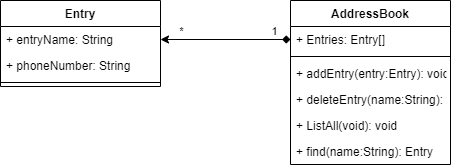
The draw.io diagram schema/address book.png in deeperj/rust, before a commit. Source tidied: cells renumbered, new cells last; positions are measured from the earlier drawing's top-left corner, leaving out a move shared by most shapes. Its diagram source:
```xml
<mxGraphModel>
  <root>
    <mxCell id="0" />
    <mxCell id="1" parent="0" />
    <mxCell id="2" value="Entry" style="swimlane;fontStyle=1;align=center;verticalAlign=top;horizontal=1;startSize=26;" parent="1" vertex="1">
      <mxGeometry width="160" height="86" as="geometry" />
    </mxCell>
    <mxCell id="3" value="+ entryName: String" style="text;strokeColor=none;fillColor=none;align=left;verticalAlign=top;spacingLeft=4;spacingRight=4;overflow=hidden;" parent="2" vertex="1">
      <mxGeometry y="26" width="160" height="26" as="geometry" />
    </mxCell>
    <mxCell id="4" value="+ phoneNumber: String" style="text;strokeColor=none;fillColor=none;align=left;verticalAlign=top;spacingLeft=4;spacingRight=4;overflow=hidden;" parent="2" vertex="1">
      <mxGeometry y="52" width="160" height="26" as="geometry" />
    </mxCell>
    <mxCell id="5" style="line;strokeWidth=1;fillColor=none;align=left;verticalAlign=middle;spacingTop=-1;spacingLeft=3;spacingRight=3;labelPosition=right;" parent="2" vertex="1">
      <mxGeometry y="78" width="160" height="8" as="geometry" />
    </mxCell>
    <mxCell id="6" value="AddressBook" style="swimlane;fontStyle=1;align=center;verticalAlign=top;horizontal=1;startSize=26;" parent="1" vertex="1">
      <mxGeometry x="290" width="160" height="164" as="geometry" />
    </mxCell>
    <mxCell id="7" value="+ Entries: Entry[]" style="text;strokeColor=none;fillColor=none;align=left;verticalAlign=top;spacingLeft=4;spacingRight=4;overflow=hidden;" parent="6" vertex="1">
      <mxGeometry y="26" width="160" height="26" as="geometry" />
    </mxCell>
    <mxCell id="8" style="line;strokeWidth=1;fillColor=none;align=left;verticalAlign=middle;spacingTop=-1;spacingLeft=3;spacingRight=3;labelPosition=right;" parent="6" vertex="1">
      <mxGeometry y="52" width="160" height="8" as="geometry" />
    </mxCell>
    <mxCell id="9" value="+ addEntry(entry:Entry): void" style="text;strokeColor=none;fillColor=none;align=left;verticalAlign=top;spacingLeft=4;spacingRight=4;overflow=hidden;" parent="6" vertex="1">
      <mxGeometry y="60" width="160" height="26" as="geometry" />
    </mxCell>
    <mxCell id="10" value="+ deleteEntry(name:String): void" style="text;strokeColor=none;fillColor=none;align=left;verticalAlign=top;spacingLeft=4;spacingRight=4;overflow=hidden;" parent="6" vertex="1">
      <mxGeometry y="86" width="160" height="26" as="geometry" />
    </mxCell>
    <mxCell id="11" value="+ ListAll(void): void" style="text;strokeColor=none;fillColor=none;align=left;verticalAlign=top;spacingLeft=4;spacingRight=4;overflow=hidden;" parent="6" vertex="1">
      <mxGeometry y="112" width="160" height="26" as="geometry" />
    </mxCell>
    <mxCell id="12" value="+ find(name:String): Entry" style="text;strokeColor=none;fillColor=none;align=left;verticalAlign=top;spacingLeft=4;spacingRight=4;overflow=hidden;" parent="6" vertex="1">
      <mxGeometry y="138" width="160" height="26" as="geometry" />
    </mxCell>
    <mxCell id="13" style="edgeStyle=orthogonalEdgeStyle;rounded=0;orthogonalLoop=1;jettySize=auto;html=1;exitX=0;exitY=0.5;exitDx=0;exitDy=0;entryX=1;entryY=0.5;entryDx=0;entryDy=0;startArrow=diamond;startFill=1;" parent="1" edge="1">
      <mxGeometry relative="1" as="geometry">
        <mxPoint x="290" y="39" as="sourcePoint" />
        <mxPoint x="160" y="39" as="targetPoint" />
      </mxGeometry>
    </mxCell>
    <mxCell id="14" value="*" style="edgeLabel;html=1;align=center;verticalAlign=middle;" parent="13" vertex="1">
      <mxGeometry x="0.69" y="-6" relative="1" as="geometry">
        <mxPoint y="-3" as="offset" />
      </mxGeometry>
    </mxCell>
    <mxCell id="15" value="1" style="edgeLabel;html=1;align=center;verticalAlign=middle;" parent="13" vertex="1">
      <mxGeometry x="-0.74" y="-9" relative="1" as="geometry" />
    </mxCell>
  </root>
</mxGraphModel>
```
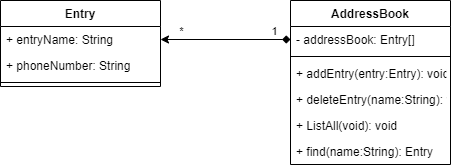
The same file after the commit.

The edit, as a diff of the source:
```diff
@@ -17,7 +17,7 @@
     <mxCell id="6" value="AddressBook" style="swimlane;fontStyle=1;align=center;verticalAlign=top;horizontal=1;startSize=26;" parent="1" vertex="1">
       <mxGeometry x="290" width="160" height="164" as="geometry" />
     </mxCell>
-    <mxCell id="7" value="+ Entries: Entry[]" style="text;strokeColor=none;fillColor=none;align=left;verticalAlign=top;spacingLeft=4;spacingRight=4;overflow=hidden;" parent="6" vertex="1">
+    <mxCell id="7" value="- addressBook: Entry[]" style="text;strokeColor=none;fillColor=none;align=left;verticalAlign=top;spacingLeft=4;spacingRight=4;overflow=hidden;" parent="6" vertex="1">
       <mxGeometry y="26" width="160" height="26" as="geometry" />
     </mxCell>
     <mxCell id="8" style="line;strokeWidth=1;fillColor=none;align=left;verticalAlign=middle;spacingTop=-1;spacingLeft=3;spacingRight=3;labelPosition=right;" parent="6" vertex="1">
```
